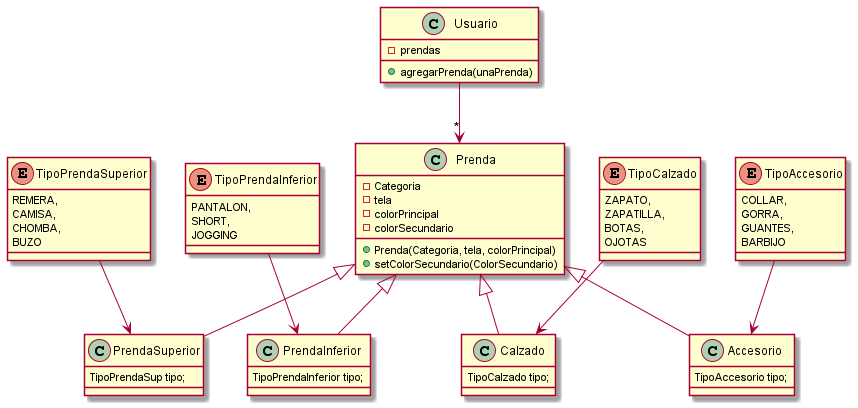
mabellini/TP-QMP-dds keeps this PlantUML diagram as tp-qmp.png. Above is the earlier version. Source of this version:
```plantuml
@startuml tp-qmp

class Usuario {
    - prendas

    + agregarPrenda(unaPrenda)
}

class Prenda {
    - Categoria
    - tela
    - colorPrincipal
    - colorSecundario

    + Prenda(Categoria, tela, colorPrincipal)
    + setColorSecundario(ColorSecundario)

}

class PrendaSuperior extends Prenda {
    TipoPrendaSup tipo;
}

class PrendaInferior extends Prenda {
    TipoPrendaInferior tipo;
}

class Calzado extends Prenda {
	TipoCalzado tipo;

}

class Accesorio extends Prenda {
    TipoAccesorio tipo;
}


enum TipoPrendaSuperior {
	REMERA,
	CAMISA,
	CHOMBA,
	BUZO
}

enum TipoPrendaInferior {
	PANTALON,
	SHORT,
	JOGGING
}

enum TipoCalzado {
	ZAPATO,
	ZAPATILLA,
	BOTAS,
	OJOTAS
}

enum TipoAccesorio {
	COLLAR,
	GORRA,
	GUANTES,
	BARBIJO
}


TipoCalzado --> Calzado
TipoAccesorio --> Accesorio
TipoPrendaSuperior --> PrendaSuperior
TipoPrendaInferior --> PrendaInferior
Usuario --> "*" Prenda

@enduml
```
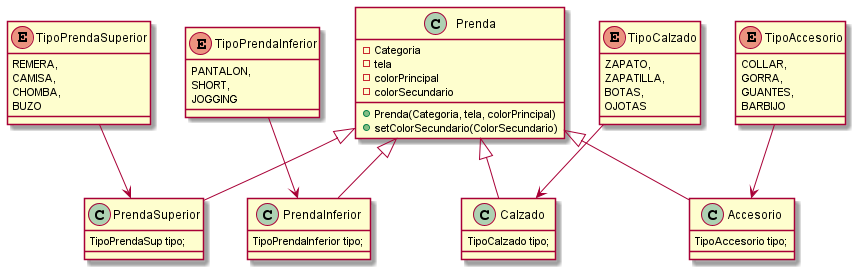
After the commit.

The edit, as a diff of the source:
```diff
@@ -1,10 +1,6 @@
 @startuml tp-qmp
 
-class Usuario {
-    - prendas
 
-    + agregarPrenda(unaPrenda)
-}
 
 class Prenda {
     - Categoria
@@ -67,6 +63,5 @@
 TipoAccesorio --> Accesorio
 TipoPrendaSuperior --> PrendaSuperior
 TipoPrendaInferior --> PrendaInferior
-Usuario --> "*" Prenda
 
 @enduml
```
